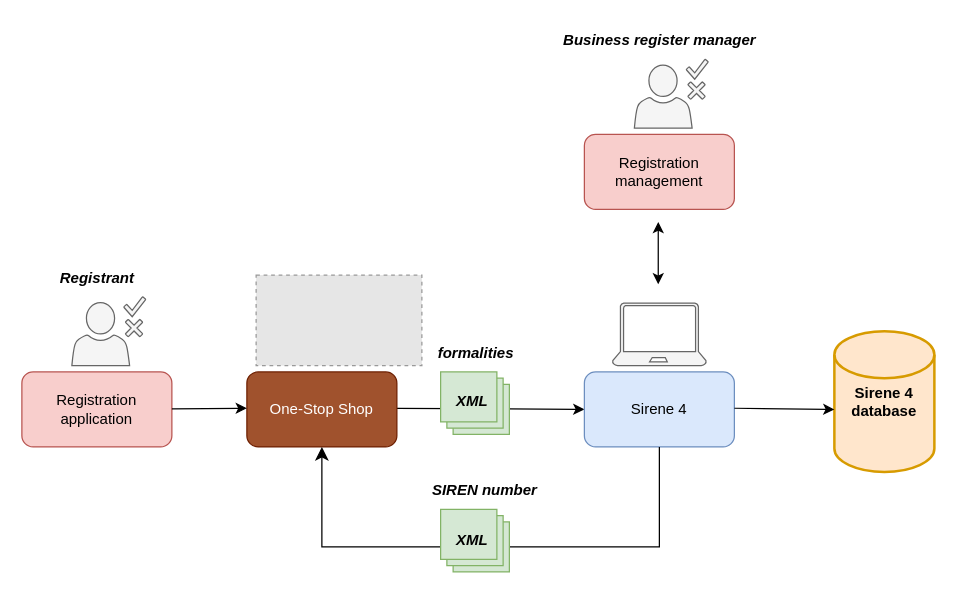
Before: formalities-flow.drawio in TheAIWizard/diagrams, a draw.io diagram. Source tidied: cells renumbered, new cells numbered last; positions are measured from the earlier drawing's top-left corner, leaving out a move shared by most shapes. Both pictures are drawn from the tidied source at 125%, with x=0, y=0 at pixel (21, 21). Pictures stored in the file or linked from it are replaced by grey dashed boxes.
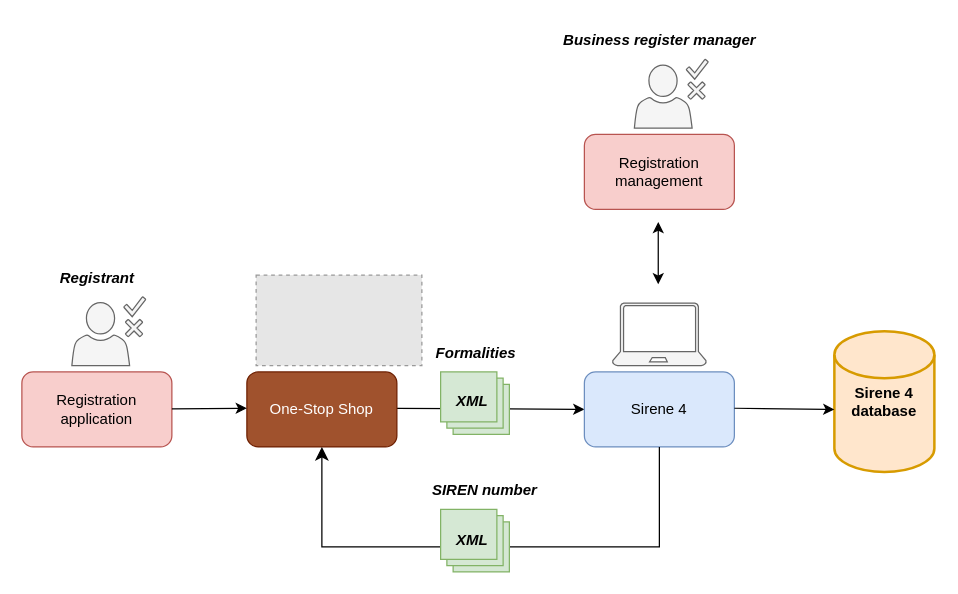
The same diagram, later.

Commit message (it also covers changes not shown here):
Mettre à jour formalities-flow.drawio

What changed in the source:
```diff
@@
-    <mxCell id="15" value="&lt;font face=&quot;Work sans&quot;&gt;&lt;i&gt;&lt;b&gt;formalities&lt;/b&gt;&lt;/i&gt;&lt;/font&gt;" style="text;html=1;align=center;verticalAlign=middle;strokeColor=none;fillColor=none;" parent="1" vertex="1">
+    <mxCell id="15" value="&lt;font face=&quot;Work sans&quot;&gt;&lt;i&gt;&lt;b&gt;Formalities&lt;/b&gt;&lt;/i&gt;&lt;/font&gt;" style="text;html=1;align=center;verticalAlign=middle;strokeColor=none;fillColor=none;" parent="1" vertex="1">
       <mxGeometry x="317.5" y="250" width="90" height="30" as="geometry" />
     </mxCell>
```
